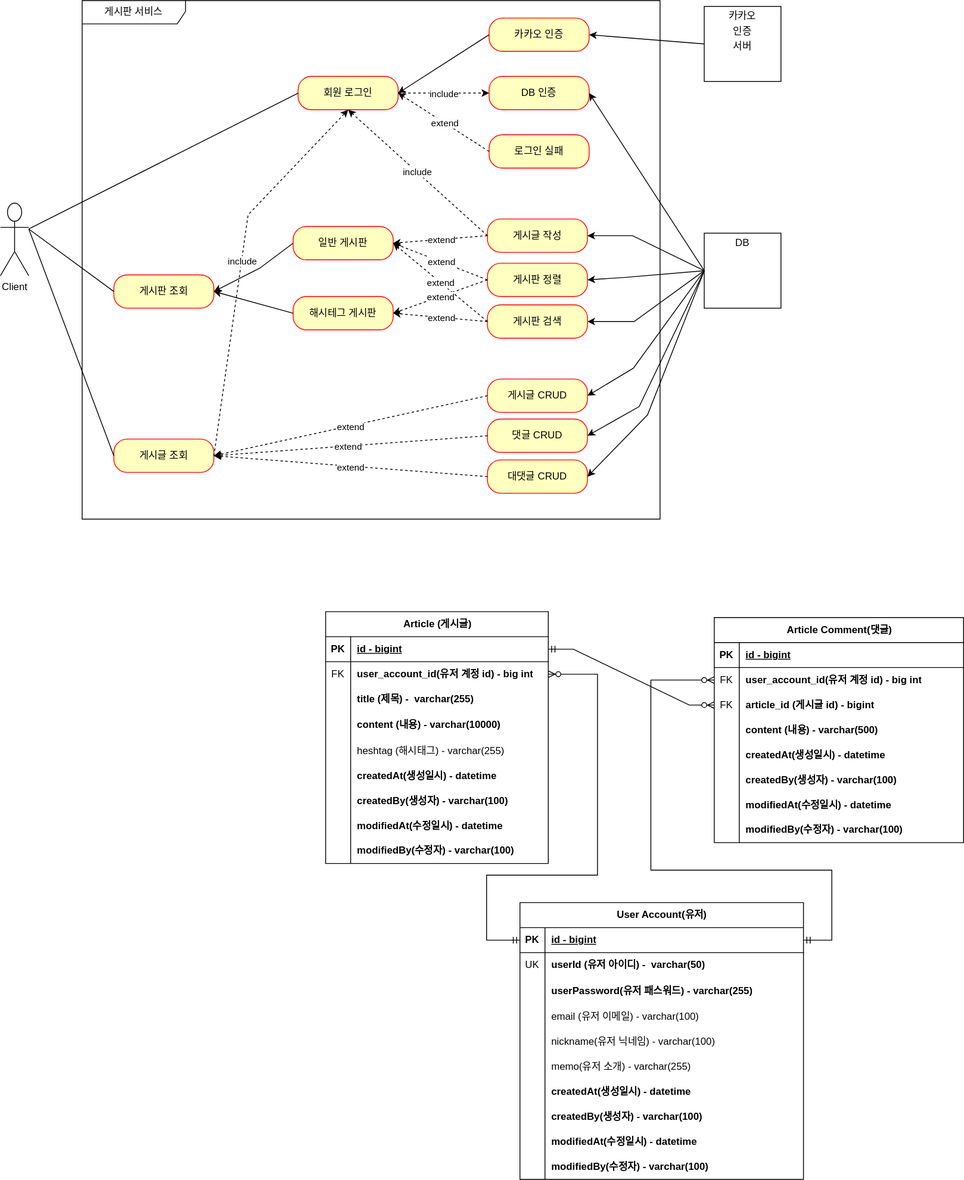
Earlier version of the draw.io export document/use-case.svg (illson97/100SOO). Source tidied: cells renumbered, new cells last; positions are measured from the earlier drawing's top-left corner, leaving out a move shared by most shapes.
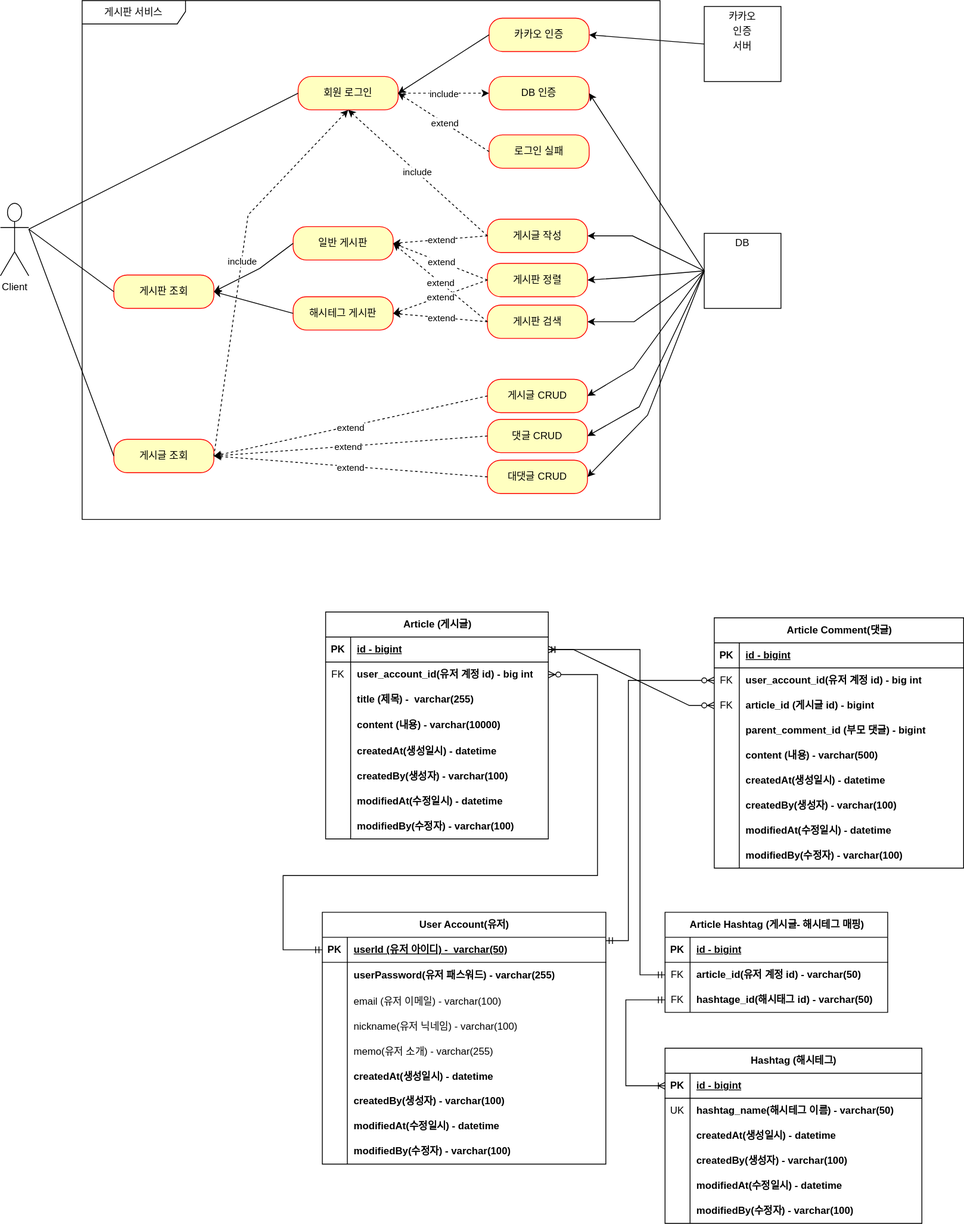
After the change.

Commit message:
#26 - use-case

Change to the diagram source:
```diff
@@ -126,3 +126,3 @@
     <mxCell id="33" value="Article (게시글)" style="shape=table;startSize=30;rowLines=0;fontStyle=1;align=center;html=1;" parent="1" vertex="1">
-      <mxGeometry x="390" y="733" width="267" height="302" as="geometry" />
+      <mxGeometry x="390" y="733" width="267" height="272" as="geometry" />
     </mxCell>
@@ -164,13 +164,4 @@
     </mxCell>
-    <mxCell id="46" style="shape=tableRow;horizontal=0;startSize=0;swimlaneHead=0;swimlaneBody=0;fillColor=none;top=0;left=0;right=0;bottom=0;" parent="33" vertex="1">
-      <mxGeometry y="152" width="267" height="30" as="geometry" />
-    </mxCell>
-    <mxCell id="47" style="shape=partialRectangle;fillColor=none;top=0;left=0;bottom=0;right=0;overflow=hidden;whiteSpace=wrap;html=1;" parent="46" vertex="1">
-      <mxGeometry width="30" height="30" as="geometry" />
-    </mxCell>
-    <mxCell id="48" value="heshtag (해시태그) -&amp;nbsp;varchar(255)" style="shape=partialRectangle;fillColor=none;top=0;left=0;bottom=0;right=0;align=left;spacingLeft=6;overflow=hidden;whiteSpace=wrap;html=1;" parent="46" vertex="1">
-      <mxGeometry x="30" width="237" height="30" as="geometry" />
-    </mxCell>
     <mxCell id="49" style="shape=tableRow;horizontal=0;startSize=0;swimlaneHead=0;swimlaneBody=0;fillColor=none;top=0;left=0;right=0;bottom=0;" parent="33" vertex="1">
-      <mxGeometry y="182" width="267" height="30" as="geometry" />
+      <mxGeometry y="152" width="267" height="30" as="geometry" />
     </mxCell>
@@ -183,3 +174,3 @@
     <mxCell id="52" style="shape=tableRow;horizontal=0;startSize=0;swimlaneHead=0;swimlaneBody=0;fillColor=none;top=0;left=0;right=0;bottom=0;" parent="33" vertex="1">
-      <mxGeometry y="212" width="267" height="30" as="geometry" />
+      <mxGeometry y="182" width="267" height="30" as="geometry" />
     </mxCell>
@@ -192,3 +183,3 @@
     <mxCell id="55" style="shape=tableRow;horizontal=0;startSize=0;swimlaneHead=0;swimlaneBody=0;fillColor=none;top=0;left=0;right=0;bottom=0;" parent="33" vertex="1">
-      <mxGeometry y="242" width="267" height="30" as="geometry" />
+      <mxGeometry y="212" width="267" height="30" as="geometry" />
     </mxCell>
@@ -201,3 +192,3 @@
     <mxCell id="58" style="shape=tableRow;horizontal=0;startSize=0;swimlaneHead=0;swimlaneBody=0;fillColor=none;top=0;left=0;right=0;bottom=0;" parent="33" vertex="1">
-      <mxGeometry y="272" width="267" height="30" as="geometry" />
+      <mxGeometry y="242" width="267" height="30" as="geometry" />
     </mxCell>
@@ -210,3 +201,3 @@
     <mxCell id="61" value="Article Comment(댓글)" style="shape=table;startSize=30;rowLines=0;fontStyle=1;align=center;html=1;" parent="1" vertex="1">
-      <mxGeometry x="856" y="740" width="299" height="270" as="geometry" />
+      <mxGeometry x="856" y="740" width="299" height="300" as="geometry" />
     </mxCell>
@@ -239,4 +230,13 @@
     </mxCell>
+    <mxCell id="146" style="shape=tableRow;horizontal=0;startSize=0;swimlaneHead=0;swimlaneBody=0;fillColor=none;top=0;left=0;right=0;bottom=0;" parent="61" vertex="1">
+      <mxGeometry y="120" width="299" height="30" as="geometry" />
+    </mxCell>
+    <mxCell id="147" style="shape=partialRectangle;fillColor=none;top=0;left=0;bottom=0;right=0;overflow=hidden;whiteSpace=wrap;html=1;" parent="146" vertex="1">
+      <mxGeometry width="30" height="30" as="geometry" />
+    </mxCell>
+    <mxCell id="148" value="parent_comment_id (부모 댓글) - bigint" style="shape=partialRectangle;fillColor=none;top=0;left=0;bottom=0;right=0;align=left;spacingLeft=6;overflow=hidden;whiteSpace=wrap;html=1;fontStyle=1;strokeWidth=1;" parent="146" vertex="1">
+      <mxGeometry x="30" width="269" height="30" as="geometry" />
+    </mxCell>
     <mxCell id="71" style="shape=tableRow;horizontal=0;startSize=0;swimlaneHead=0;swimlaneBody=0;fillColor=none;top=0;left=0;right=0;bottom=0;" parent="61" vertex="1">
-      <mxGeometry y="120" width="299" height="30" as="geometry" />
+      <mxGeometry y="150" width="299" height="30" as="geometry" />
     </mxCell>
@@ -249,3 +249,3 @@
     <mxCell id="74" style="shape=tableRow;horizontal=0;startSize=0;swimlaneHead=0;swimlaneBody=0;fillColor=none;top=0;left=0;right=0;bottom=0;" parent="61" vertex="1">
-      <mxGeometry y="150" width="299" height="30" as="geometry" />
+      <mxGeometry y="180" width="299" height="30" as="geometry" />
     </mxCell>
@@ -258,3 +258,3 @@
     <mxCell id="77" style="shape=tableRow;horizontal=0;startSize=0;swimlaneHead=0;swimlaneBody=0;fillColor=none;top=0;left=0;right=0;bottom=0;" parent="61" vertex="1">
-      <mxGeometry y="180" width="299" height="30" as="geometry" />
+      <mxGeometry y="210" width="299" height="30" as="geometry" />
     </mxCell>
@@ -267,3 +267,3 @@
     <mxCell id="80" style="shape=tableRow;horizontal=0;startSize=0;swimlaneHead=0;swimlaneBody=0;fillColor=none;top=0;left=0;right=0;bottom=0;" parent="61" vertex="1">
-      <mxGeometry y="210" width="299" height="30" as="geometry" />
+      <mxGeometry y="240" width="299" height="30" as="geometry" />
     </mxCell>
@@ -276,3 +276,3 @@
     <mxCell id="83" style="shape=tableRow;horizontal=0;startSize=0;swimlaneHead=0;swimlaneBody=0;fillColor=none;top=0;left=0;right=0;bottom=0;" parent="61" vertex="1">
-      <mxGeometry y="240" width="299" height="30" as="geometry" />
+      <mxGeometry y="270" width="299" height="30" as="geometry" />
     </mxCell>
@@ -288,3 +288,3 @@
     <mxCell id="87" value="User Account(유저)" style="shape=table;startSize=30;rowLines=0;fontStyle=1;align=center;html=1;" parent="1" vertex="1">
-      <mxGeometry x="623" y="1082" width="340" height="332" as="geometry" />
+      <mxGeometry x="386" y="1093" width="340" height="302" as="geometry" />
     </mxCell>
@@ -296,16 +296,7 @@
     </mxCell>
-    <mxCell id="90" value="id - bigint" style="shape=partialRectangle;fillColor=none;top=0;left=0;bottom=0;right=0;align=left;spacingLeft=6;fontStyle=5;overflow=hidden;whiteSpace=wrap;html=1;" parent="88" vertex="1">
+    <mxCell id="90" value="userId (유저 아이디) -&amp;nbsp; varchar(50)" style="shape=partialRectangle;fillColor=none;top=0;left=0;bottom=0;right=0;align=left;spacingLeft=6;fontStyle=5;overflow=hidden;whiteSpace=wrap;html=1;" parent="88" vertex="1">
       <mxGeometry x="30" width="310" height="30" as="geometry" />
     </mxCell>
-    <mxCell id="91" style="shape=tableRow;horizontal=0;startSize=0;swimlaneHead=0;swimlaneBody=0;fillColor=none;top=0;left=0;right=0;bottom=0;" parent="87" vertex="1">
-      <mxGeometry y="60" width="340" height="30" as="geometry" />
-    </mxCell>
-    <mxCell id="92" value="UK" style="shape=partialRectangle;fillColor=none;top=0;left=0;bottom=0;right=0;overflow=hidden;whiteSpace=wrap;html=1;" parent="91" vertex="1">
-      <mxGeometry width="30" height="30" as="geometry" />
-    </mxCell>
-    <mxCell id="93" value="userId (유저 아이디) -&amp;nbsp; varchar(50)" style="shape=partialRectangle;fillColor=none;top=0;left=0;bottom=0;right=0;align=left;spacingLeft=6;overflow=hidden;whiteSpace=wrap;html=1;fontStyle=1;" parent="91" vertex="1">
-      <mxGeometry x="30" width="310" height="30" as="geometry" />
-    </mxCell>
     <mxCell id="94" style="shape=tableRow;horizontal=0;startSize=0;swimlaneHead=0;swimlaneBody=0;fillColor=none;top=0;left=0;right=0;bottom=0;" parent="87" vertex="1">
-      <mxGeometry y="90" width="340" height="32" as="geometry" />
+      <mxGeometry y="60" width="340" height="32" as="geometry" />
     </mxCell>
@@ -318,3 +309,3 @@
     <mxCell id="97" style="shape=tableRow;horizontal=0;startSize=0;swimlaneHead=0;swimlaneBody=0;fillColor=none;top=0;left=0;right=0;bottom=0;" parent="87" vertex="1">
-      <mxGeometry y="122" width="340" height="30" as="geometry" />
+      <mxGeometry y="92" width="340" height="30" as="geometry" />
     </mxCell>
@@ -327,3 +318,3 @@
     <mxCell id="100" style="shape=tableRow;horizontal=0;startSize=0;swimlaneHead=0;swimlaneBody=0;fillColor=none;top=0;left=0;right=0;bottom=0;" parent="87" vertex="1">
-      <mxGeometry y="152" width="340" height="30" as="geometry" />
+      <mxGeometry y="122" width="340" height="30" as="geometry" />
     </mxCell>
@@ -336,3 +327,3 @@
     <mxCell id="103" style="shape=tableRow;horizontal=0;startSize=0;swimlaneHead=0;swimlaneBody=0;fillColor=none;top=0;left=0;right=0;bottom=0;" parent="87" vertex="1">
-      <mxGeometry y="182" width="340" height="30" as="geometry" />
+      <mxGeometry y="152" width="340" height="30" as="geometry" />
     </mxCell>
@@ -345,3 +336,3 @@
     <mxCell id="106" style="shape=tableRow;horizontal=0;startSize=0;swimlaneHead=0;swimlaneBody=0;fillColor=none;top=0;left=0;right=0;bottom=0;" parent="87" vertex="1">
-      <mxGeometry y="212" width="340" height="30" as="geometry" />
+      <mxGeometry y="182" width="340" height="30" as="geometry" />
     </mxCell>
@@ -354,3 +345,3 @@
     <mxCell id="109" style="shape=tableRow;horizontal=0;startSize=0;swimlaneHead=0;swimlaneBody=0;fillColor=none;top=0;left=0;right=0;bottom=0;" parent="87" vertex="1">
-      <mxGeometry y="242" width="340" height="30" as="geometry" />
+      <mxGeometry y="212" width="340" height="30" as="geometry" />
     </mxCell>
@@ -363,3 +354,3 @@
     <mxCell id="112" style="shape=tableRow;horizontal=0;startSize=0;swimlaneHead=0;swimlaneBody=0;fillColor=none;top=0;left=0;right=0;bottom=0;" parent="87" vertex="1">
-      <mxGeometry y="272" width="340" height="30" as="geometry" />
+      <mxGeometry y="242" width="340" height="30" as="geometry" />
     </mxCell>
@@ -372,3 +363,3 @@
     <mxCell id="115" style="shape=tableRow;horizontal=0;startSize=0;swimlaneHead=0;swimlaneBody=0;fillColor=none;top=0;left=0;right=0;bottom=0;" parent="87" vertex="1">
-      <mxGeometry y="302" width="340" height="30" as="geometry" />
+      <mxGeometry y="272" width="340" height="30" as="geometry" />
     </mxCell>
@@ -383,6 +374,4 @@
         <Array as="points">
-          <mxPoint x="997" y="1127" />
-          <mxPoint x="997" y="1043" />
-          <mxPoint x="780" y="1043" />
-          <mxPoint x="780" y="815" />
+          <mxPoint x="753" y="1127" />
+          <mxPoint x="753" y="815" />
         </Array>
@@ -393,4 +382,4 @@
         <Array as="points">
-          <mxPoint x="583" y="1127" />
-          <mxPoint x="583" y="1049" />
+          <mxPoint x="339" y="1138" />
+          <mxPoint x="339" y="1049" />
           <mxPoint x="716" y="1049" />
@@ -490,2 +479,105 @@
     </mxCell>
+    <mxCell id="149" value="Article Hashtag (게시글- 해시테그 매핑)" style="shape=table;startSize=30;rowLines=0;fontStyle=1;align=center;html=1;" parent="1" vertex="1">
+      <mxGeometry x="797" y="1093" width="267" height="120" as="geometry" />
+    </mxCell>
+    <mxCell id="150" style="shape=tableRow;horizontal=0;startSize=0;swimlaneHead=0;swimlaneBody=0;fillColor=none;top=0;left=0;right=0;bottom=1;" parent="149" vertex="1">
+      <mxGeometry y="30" width="267" height="30" as="geometry" />
+    </mxCell>
+    <mxCell id="151" value="PK" style="shape=partialRectangle;fillColor=none;top=0;left=0;bottom=0;right=0;fontStyle=1;overflow=hidden;whiteSpace=wrap;html=1;" parent="150" vertex="1">
+      <mxGeometry width="30" height="30" as="geometry" />
+    </mxCell>
+    <mxCell id="152" value="id - bigint" style="shape=partialRectangle;fillColor=none;top=0;left=0;bottom=0;right=0;align=left;spacingLeft=6;fontStyle=5;overflow=hidden;whiteSpace=wrap;html=1;" parent="150" vertex="1">
+      <mxGeometry x="30" width="237" height="30" as="geometry" />
+    </mxCell>
+    <mxCell id="153" style="shape=tableRow;horizontal=0;startSize=0;swimlaneHead=0;swimlaneBody=0;fillColor=none;points=[[0,0.5],[1,0.5]];portConstraint=eastwest;top=0;left=0;right=0;bottom=0;" parent="149" vertex="1">
+      <mxGeometry y="60" width="267" height="30" as="geometry" />
+    </mxCell>
+    <mxCell id="154" value="FK" style="shape=partialRectangle;fillColor=none;top=0;left=0;bottom=0;right=0;overflow=hidden;whiteSpace=wrap;html=1;" parent="153" vertex="1">
+      <mxGeometry width="30" height="30" as="geometry" />
+    </mxCell>
+    <mxCell id="155" value="article_id(유저 계정 id) - varchar(50)" style="shape=partialRectangle;fillColor=none;top=0;left=0;bottom=0;right=0;align=left;spacingLeft=6;overflow=hidden;whiteSpace=wrap;html=1;fontStyle=1;" parent="153" vertex="1">
+      <mxGeometry x="30" width="237" height="30" as="geometry" />
+    </mxCell>
+    <mxCell id="156" style="shape=tableRow;horizontal=0;startSize=0;swimlaneHead=0;swimlaneBody=0;fillColor=none;points=[[0,0.5],[1,0.5]];portConstraint=eastwest;top=0;left=0;right=0;bottom=0;" parent="149" vertex="1">
+      <mxGeometry y="90" width="267" height="30" as="geometry" />
+    </mxCell>
+    <mxCell id="157" value="FK" style="shape=partialRectangle;fillColor=none;top=0;left=0;bottom=0;right=0;overflow=hidden;whiteSpace=wrap;html=1;" parent="156" vertex="1">
+      <mxGeometry width="30" height="30" as="geometry" />
+    </mxCell>
+    <mxCell id="158" value="hashtage_id(해시태그 id) - varchar(50)" style="shape=partialRectangle;fillColor=none;top=0;left=0;bottom=0;right=0;align=left;spacingLeft=6;overflow=hidden;whiteSpace=wrap;html=1;fontStyle=1;" parent="156" vertex="1">
+      <mxGeometry x="30" width="237" height="30" as="geometry" />
+    </mxCell>
+    <mxCell id="159" value="Hashtag (해시테그)" style="shape=table;startSize=30;rowLines=0;fontStyle=1;align=center;html=1;" parent="1" vertex="1">
+      <mxGeometry x="797" y="1256" width="308" height="210" as="geometry" />
+    </mxCell>
+    <mxCell id="160" style="shape=tableRow;horizontal=0;startSize=0;swimlaneHead=0;swimlaneBody=0;fillColor=none;points=[[0,0.5],[1,0.5]];portConstraint=eastwest;top=0;left=0;right=0;bottom=1;" parent="159" vertex="1">
+      <mxGeometry y="30" width="308" height="30" as="geometry" />
+    </mxCell>
+    <mxCell id="161" value="PK" style="shape=partialRectangle;fillColor=none;top=0;left=0;bottom=0;right=0;fontStyle=1;overflow=hidden;whiteSpace=wrap;html=1;" parent="160" vertex="1">
+      <mxGeometry width="30" height="30" as="geometry" />
+    </mxCell>
+    <mxCell id="162" value="id - bigint" style="shape=partialRectangle;fillColor=none;top=0;left=0;bottom=0;right=0;align=left;spacingLeft=6;fontStyle=5;overflow=hidden;whiteSpace=wrap;html=1;" parent="160" vertex="1">
+      <mxGeometry x="30" width="278" height="30" as="geometry" />
+    </mxCell>
+    <mxCell id="163" style="shape=tableRow;horizontal=0;startSize=0;swimlaneHead=0;swimlaneBody=0;fillColor=none;top=0;left=0;right=0;bottom=0;" parent="159" vertex="1">
+      <mxGeometry y="60" width="308" height="30" as="geometry" />
+    </mxCell>
+    <mxCell id="92" value="UK" style="shape=partialRectangle;fillColor=none;top=0;left=0;bottom=0;right=0;overflow=hidden;whiteSpace=wrap;html=1;" parent="163" vertex="1">
+      <mxGeometry width="30" height="30" as="geometry" />
+    </mxCell>
+    <mxCell id="164" value="hashtag_name(해시테그 이름) - varchar(50)" style="shape=partialRectangle;fillColor=none;top=0;left=0;bottom=0;right=0;align=left;spacingLeft=6;overflow=hidden;whiteSpace=wrap;html=1;fontStyle=1;" parent="163" vertex="1">
+      <mxGeometry x="30" width="278" height="30" as="geometry" />
+    </mxCell>
+    <mxCell id="165" style="shape=tableRow;horizontal=0;startSize=0;swimlaneHead=0;swimlaneBody=0;fillColor=none;top=0;left=0;right=0;bottom=0;" parent="159" vertex="1">
+      <mxGeometry y="90" width="308" height="30" as="geometry" />
+    </mxCell>
+    <mxCell id="166" style="shape=partialRectangle;fillColor=none;top=0;left=0;bottom=0;right=0;overflow=hidden;whiteSpace=wrap;html=1;" parent="165" vertex="1">
+      <mxGeometry width="30" height="30" as="geometry" />
+    </mxCell>
+    <mxCell id="167" value="createdAt(생성일시) - datetime" style="shape=partialRectangle;fillColor=none;top=0;left=0;bottom=0;right=0;align=left;spacingLeft=6;overflow=hidden;whiteSpace=wrap;html=1;fontStyle=1;" parent="165" vertex="1">
+      <mxGeometry x="30" width="278" height="30" as="geometry" />
+    </mxCell>
+    <mxCell id="168" style="shape=tableRow;horizontal=0;startSize=0;swimlaneHead=0;swimlaneBody=0;fillColor=none;top=0;left=0;right=0;bottom=0;" parent="159" vertex="1">
+      <mxGeometry y="120" width="308" height="30" as="geometry" />
+    </mxCell>
+    <mxCell id="169" value="&lt;br&gt;" style="shape=partialRectangle;fillColor=none;top=0;left=0;bottom=0;right=0;overflow=hidden;whiteSpace=wrap;html=1;" parent="168" vertex="1">
+      <mxGeometry width="30" height="30" as="geometry" />
+    </mxCell>
+    <mxCell id="170" value="createdBy(생성자) - varchar(100)" style="shape=partialRectangle;fillColor=none;top=0;left=0;bottom=0;right=0;align=left;spacingLeft=6;overflow=hidden;whiteSpace=wrap;html=1;fontStyle=1;" parent="168" vertex="1">
+      <mxGeometry x="30" width="278" height="30" as="geometry" />
+    </mxCell>
+    <mxCell id="171" style="shape=tableRow;horizontal=0;startSize=0;swimlaneHead=0;swimlaneBody=0;fillColor=none;top=0;left=0;right=0;bottom=0;" parent="159" vertex="1">
+      <mxGeometry y="150" width="308" height="30" as="geometry" />
+    </mxCell>
+    <mxCell id="172" value="&lt;br&gt;" style="shape=partialRectangle;fillColor=none;top=0;left=0;bottom=0;right=0;overflow=hidden;whiteSpace=wrap;html=1;" parent="171" vertex="1">
+      <mxGeometry width="30" height="30" as="geometry" />
+    </mxCell>
+    <mxCell id="173" value="modifiedAt(수정일시) - datetime" style="shape=partialRectangle;fillColor=none;top=0;left=0;bottom=0;right=0;align=left;spacingLeft=6;overflow=hidden;whiteSpace=wrap;html=1;fontStyle=1;" parent="171" vertex="1">
+      <mxGeometry x="30" width="278" height="30" as="geometry" />
+    </mxCell>
+    <mxCell id="174" style="shape=tableRow;horizontal=0;startSize=0;swimlaneHead=0;swimlaneBody=0;fillColor=none;top=0;left=0;right=0;bottom=0;" parent="159" vertex="1">
+      <mxGeometry y="180" width="308" height="30" as="geometry" />
+    </mxCell>
+    <mxCell id="175" value="&lt;br&gt;" style="shape=partialRectangle;fillColor=none;top=0;left=0;bottom=0;right=0;overflow=hidden;whiteSpace=wrap;html=1;" parent="174" vertex="1">
+      <mxGeometry width="30" height="30" as="geometry" />
+    </mxCell>
+    <mxCell id="176" value="modifiedBy(수정자) - varchar(100)" style="shape=partialRectangle;fillColor=none;top=0;left=0;bottom=0;right=0;align=left;spacingLeft=6;overflow=hidden;whiteSpace=wrap;html=1;fontStyle=1;" parent="174" vertex="1">
+      <mxGeometry x="30" width="278" height="30" as="geometry" />
+    </mxCell>
+    <mxCell id="177" style="edgeStyle=orthogonalEdgeStyle;fontSize=12;html=1;endArrow=ERoneToMany;startArrow=ERmandOne;rounded=0;entryX=0;entryY=0.5;entryDx=0;entryDy=0;exitX=0;exitY=0.5;exitDx=0;exitDy=0;" parent="1" edge="1" source="156" target="160">
+      <mxGeometry relative="1" as="geometry">
+        <Array as="points">
+          <mxPoint x="750" y="1198" />
+          <mxPoint x="750" y="1301" />
+        </Array>
+      </mxGeometry>
+    </mxCell>
+    <mxCell id="178" style="edgeStyle=orthogonalEdgeStyle;fontSize=12;html=1;endArrow=ERoneToMany;startArrow=ERmandOne;rounded=0;entryX=1;entryY=0.5;entryDx=0;entryDy=0;exitX=0;exitY=0.5;exitDx=0;exitDy=0;" parent="1" edge="1" source="153" target="34">
+      <mxGeometry relative="1" as="geometry">
+        <Array as="points">
+          <mxPoint x="767" y="1168" />
+          <mxPoint x="767" y="778" />
+        </Array>
+      </mxGeometry>
+    </mxCell>
   </root>
```
